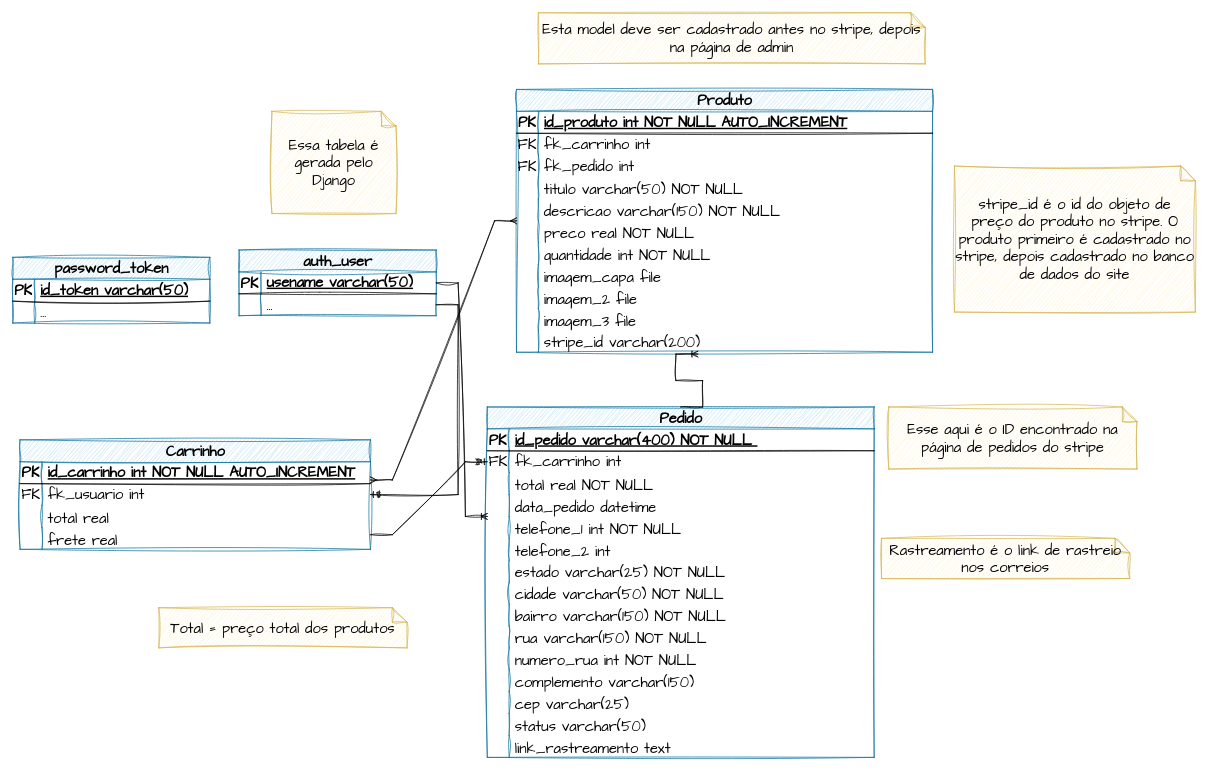
Above: docs/DER.drawio in rafaelngoncalves5/classewatches (draw.io), before the change. Source tidied: cells renumbered, new cells numbered last; positions are measured from the earlier drawing's top-left corner, leaving out a move shared by most shapes. Both pictures are drawn from the tidied source at 73%, with x=0, y=0 at pixel (12, 12).
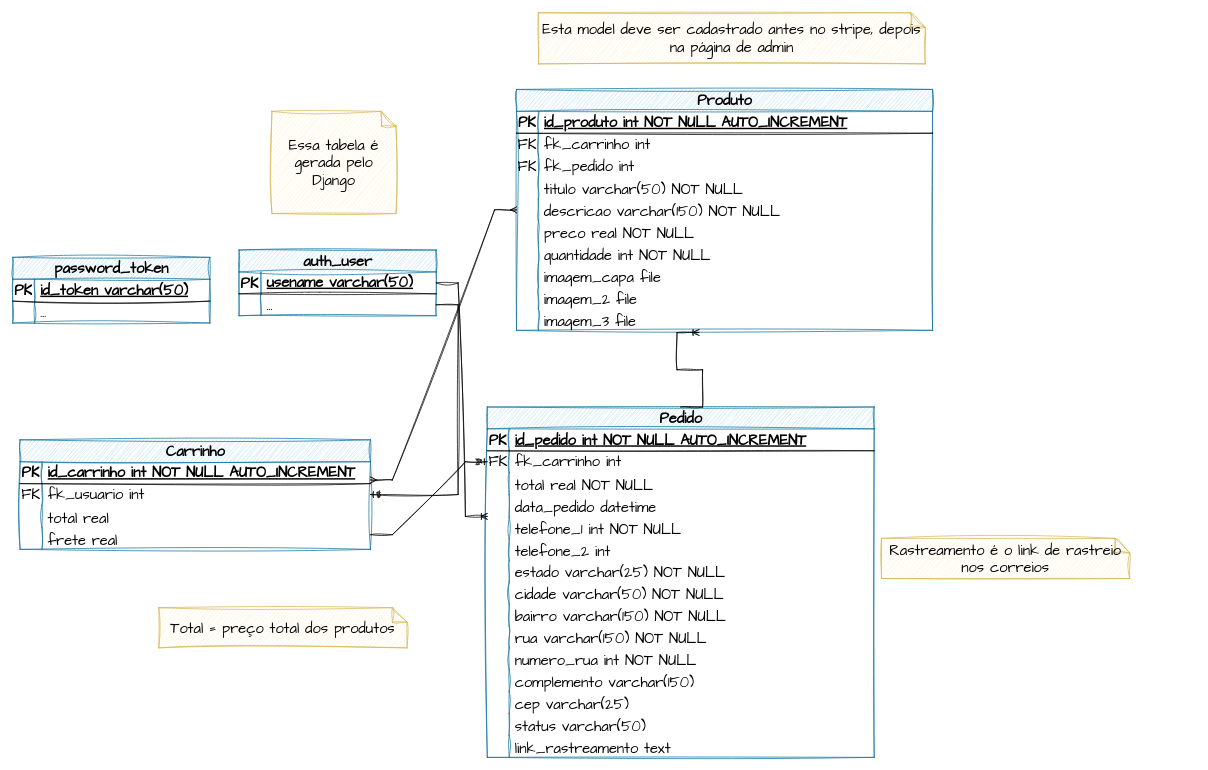
After the change.

The change refers to these unchanged cells:
```xml
<mxCell id="43" value="Pedido" style="shape=table;startSize=30;childLayout=tableLayout;rowLines=0;fontStyle=1;align=center;html=1;sketch=1;hachureGap=4;jiggle=2;curveFitting=1;fontFamily=Architects Daughter;fontSize=20;fillColor=#b1ddf0;strokeColor=#10739e;" parent="1" vertex="1">
  <mxGeometry x="650" y="540" width="530" height="480" as="geometry" />
</mxCell>
<mxCell id="44" style="shape=tableRow;horizontal=0;startSize=0;swimlaneHead=0;swimlaneBody=0;fillColor=none;top=0;left=0;right=0;bottom=1;sketch=1;hachureGap=4;jiggle=2;curveFitting=1;fontFamily=Architects Daughter;fontSize=20;" parent="43" vertex="1">
  <mxGeometry y="30" width="530" height="30" as="geometry" />
</mxCell>
```

What changed in the source:
```diff
@@
     <mxCell id="2" value="&lt;font color=&quot;#000000&quot;&gt;Produto&lt;/font&gt;" style="shape=table;startSize=30;childLayout=tableLayout;rowLines=0;fontStyle=1;align=center;html=1;sketch=1;hachureGap=4;jiggle=2;curveFitting=1;fontFamily=Architects Daughter;fontSize=20;fillColor=#b1ddf0;strokeColor=#10739e;" parent="1" vertex="1">
-      <mxGeometry x="690" y="105" width="570" height="360" as="geometry" />
+      <mxGeometry x="690" y="105" width="570" height="330" as="geometry" />
     </mxCell>
@@
-    <mxCell id="33" style="shape=tableRow;horizontal=0;startSize=0;swimlaneHead=0;swimlaneBody=0;fillColor=none;points=[[0,0.5],[1,0.5]];portConstraint=eastwest;top=0;left=0;right=0;bottom=0;sketch=1;hachureGap=4;jiggle=2;curveFitting=1;fontFamily=Architects Daughter;fontSize=20;" parent="2" vertex="1">
-      <mxGeometry y="330" width="570" height="30" as="geometry" />
-    </mxCell>
-    <mxCell id="34" style="shape=partialRectangle;fillColor=none;top=0;left=0;bottom=0;right=0;overflow=hidden;sketch=1;hachureGap=4;jiggle=2;curveFitting=1;fontFamily=Architects Daughter;fontSize=20;" parent="33" vertex="1">
-      <mxGeometry width="30" height="30" as="geometry" />
-    </mxCell>
-    <mxCell id="35" value="stripe_id varchar(200)" style="shape=partialRectangle;fillColor=none;top=0;left=0;bottom=0;right=0;align=left;spacingLeft=6;overflow=hidden;sketch=1;hachureGap=4;jiggle=2;curveFitting=1;fontFamily=Architects Daughter;fontSize=20;" parent="33" vertex="1">
-      <mxGeometry x="30" width="540" height="30" as="geometry" />
-    </mxCell>
@@
-    <mxCell id="46" value="id_pedido varchar(400) NOT NULL&amp;nbsp;" style="shape=partialRectangle;fillColor=none;top=0;left=0;bottom=0;right=0;align=left;spacingLeft=6;fontStyle=5;overflow=hidden;whiteSpace=wrap;html=1;sketch=1;hachureGap=4;jiggle=2;curveFitting=1;fontFamily=Architects Daughter;fontSize=20;" parent="44" vertex="1">
+    <mxCell id="46" value="id_pedido int NOT NULL AUTO_INCREMENT" style="shape=partialRectangle;fillColor=none;top=0;left=0;bottom=0;right=0;align=left;spacingLeft=6;fontStyle=5;overflow=hidden;whiteSpace=wrap;html=1;sketch=1;hachureGap=4;jiggle=2;curveFitting=1;fontFamily=Architects Daughter;fontSize=20;" parent="44" vertex="1">
       <mxGeometry x="30" width="500" height="30" as="geometry" />
     </mxCell>
@@
-    <mxCell id="109" value="stripe_id é o id do objeto de preço do produto no stripe. O produto primeiro é cadastrado no stripe, depois cadastrado no banco de dados do site" style="shape=note;size=20;whiteSpace=wrap;html=1;sketch=1;hachureGap=4;jiggle=2;curveFitting=1;fontFamily=Architects Daughter;fontSize=20;fillColor=#fff2cc;strokeColor=#d6b656;" parent="1" vertex="1">
-      <mxGeometry x="1290" y="210" width="330" height="200" as="geometry" />
-    </mxCell>
@@
-    <mxCell id="111" value="Esse aqui é o ID encontrado na página de pedidos do stripe" style="shape=note;size=20;whiteSpace=wrap;html=1;sketch=1;hachureGap=4;jiggle=2;curveFitting=1;fontFamily=Architects Daughter;fontSize=20;fillColor=#fff2cc;strokeColor=#d6b656;" parent="1" vertex="1">
-      <mxGeometry x="1200" y="540" width="340" height="85" as="geometry" />
-    </mxCell>
-    <mxCell id="112" style="edgeStyle=entityRelationEdgeStyle;fontSize=12;html=1;endArrow=ERoneToMany;rounded=0;sketch=1;hachureGap=4;jiggle=2;curveFitting=1;fontFamily=Architects Daughter;entryX=0.436;entryY=1.084;entryDx=0;entryDy=0;entryPerimeter=0;exitX=0.5;exitY=0;exitDx=0;exitDy=0;" parent="1" edge="1" source="43" target="33">
-      <mxGeometry relative="1" as="geometry" />
+    <mxCell id="112" style="edgeStyle=entityRelationEdgeStyle;fontSize=12;html=1;endArrow=ERoneToMany;rounded=0;sketch=1;hachureGap=4;jiggle=2;curveFitting=1;fontFamily=Architects Daughter;exitX=0.5;exitY=0;exitDx=0;exitDy=0;" parent="1" edge="1" source="43">
+      <mxGeometry relative="1" as="geometry">
+        <mxPoint x="940" y="438" as="targetPoint" />
+      </mxGeometry>
     </mxCell>
```
